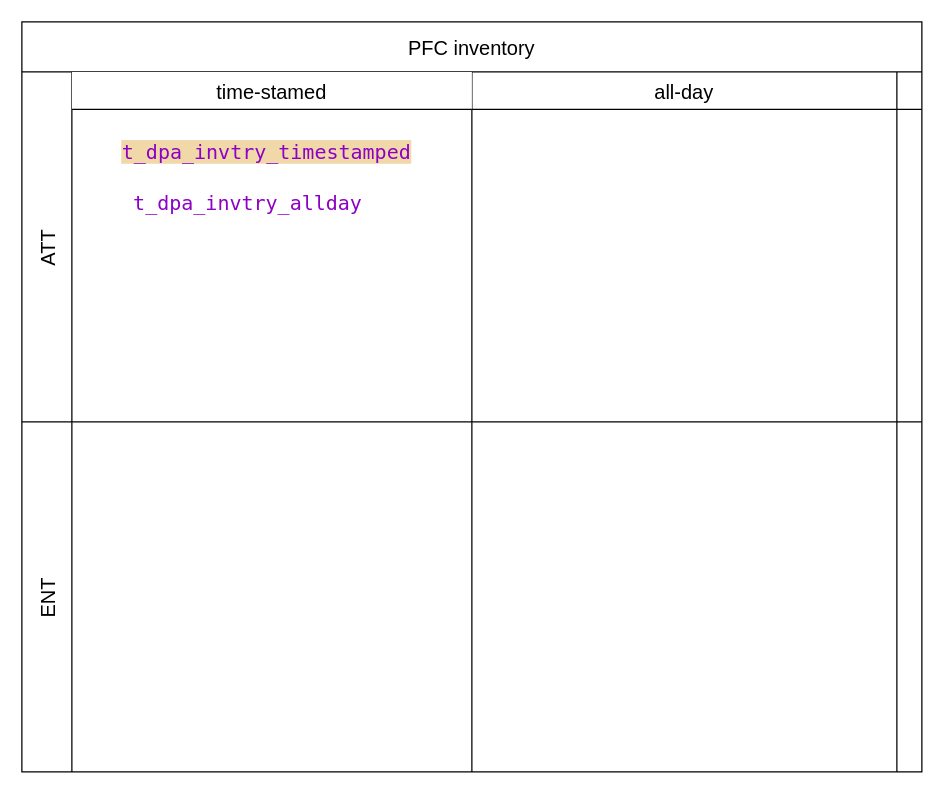
The draw.io diagram disney/PFC_inventory.drawio in lixyu/draw, before the edit. Source tidied: cells renumbered, new cells numbered last; positions are measured from the earlier drawing's top-left corner, leaving out a move shared by most shapes. Both pictures are drawn from the tidied source at 125%, with x=0, y=0 at pixel (21, 21).
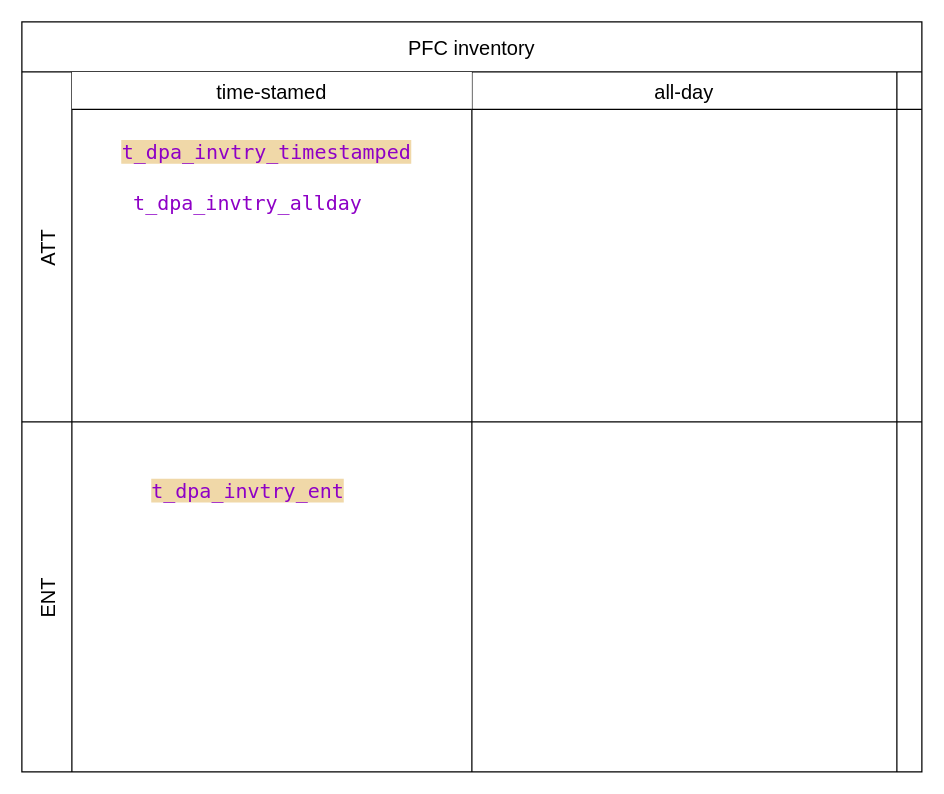
The same page after the edit.

Diff of the diagram source:
```diff
@@
 <mxGraphModel>
   <root>
     <mxCell id="0" />
     <mxCell id="1" parent="0" />
     <mxCell id="2" value="PFC inventory" style="shape=table;childLayout=tableLayout;startSize=40;fontSize=16;" parent="1" vertex="1">
       <mxGeometry width="720" height="600" as="geometry" />
     </mxCell>
     <mxCell id="3" value="ATT" style="shape=tableRow;horizontal=0;swimlaneHead=0;swimlaneBody=0;top=0;left=0;strokeColor=inherit;bottom=0;right=0;fontStyle=0;fillColor=none;startSize=40;fontSize=16;" parent="2" vertex="1">
       <mxGeometry y="40" width="720" height="280" as="geometry" />
     </mxCell>
     <mxCell id="4" value="time-stamed" style="swimlane;swimlaneHead=0;swimlaneBody=0;fontStyle=0;startSize=30;fontSize=16;" parent="3" vertex="1">
       <mxGeometry x="40" width="320" height="280" as="geometry" />
     </mxCell>
     <mxCell id="5" value="&lt;div style=&quot;background-color: rgb(255, 255, 255); color: rgb(51, 51, 51); font-family: Menlo-Regular, monospace; font-size: 13.5pt; white-space: pre;&quot;&gt;&lt;span style=&quot;padding: 0px 0px 0px 2px;&quot;&gt;&lt;span style=&quot;color: rgb(0, 0, 0); font-family: Menlo; font-size: 12pt;&quot;&gt;&lt;span style=&quot;color:#8e00c6;background-color:#f0d8a8;&quot;&gt;t_dpa_invtry_timestamped&lt;/span&gt;&lt;/span&gt;&lt;/span&gt;&lt;/div&gt;" style="text;html=1;whiteSpace=wrap;align=center;verticalAlign=middle;rounded=0;" parent="4" vertex="1">
       <mxGeometry x="20" y="50" width="270" height="30" as="geometry" />
     </mxCell>
     <mxCell id="6" value="&lt;span style=&quot;background-color:#ffffff;padding:0px 0px 0px 2px;&quot;&gt;&lt;span style=&quot;font-family: Menlo; font-size: 12pt; white-space: pre;&quot;&gt;&lt;span style=&quot;color:#8e00c6;&quot;&gt;t_dpa_invtry_allday&lt;/span&gt;&lt;/span&gt;&lt;/span&gt;" style="text;html=1;whiteSpace=wrap;strokeColor=none;fillColor=none;align=center;verticalAlign=middle;rounded=0;" parent="4" vertex="1">
       <mxGeometry x="40" y="90" width="200" height="30" as="geometry" />
     </mxCell>
     <mxCell id="7" value="all-day" style="swimlane;swimlaneHead=0;swimlaneBody=0;fontStyle=0;strokeColor=inherit;fillColor=none;startSize=30;fontSize=16;" parent="3" vertex="1">
       <mxGeometry x="360" width="340" height="280" as="geometry" />
     </mxCell>
     <mxCell id="8" style="swimlane;swimlaneHead=0;swimlaneBody=0;fontStyle=0;strokeColor=inherit;fillColor=none;startSize=30;fontSize=16;" parent="3" vertex="1">
       <mxGeometry x="700" width="20" height="280" as="geometry" />
     </mxCell>
     <mxCell id="9" value="ENT" style="shape=tableRow;horizontal=0;swimlaneHead=0;swimlaneBody=0;top=0;left=0;strokeColor=inherit;bottom=0;right=0;fontStyle=0;fillColor=none;startSize=40;fontSize=16;" parent="2" vertex="1">
       <mxGeometry y="320" width="720" height="280" as="geometry" />
     </mxCell>
     <mxCell id="10" style="swimlane;swimlaneHead=0;swimlaneBody=0;fontStyle=0;strokeColor=inherit;fillColor=none;startSize=0;fontSize=16;" parent="9" vertex="1">
       <mxGeometry x="40" width="320" height="280" as="geometry" />
     </mxCell>
+    <mxCell id="13" value="&lt;span style=&quot;background-color:#ffffff;padding:0px 0px 0px 2px;&quot;&gt;&lt;span style=&quot;font-family: Menlo; font-size: 12pt; white-space: pre;&quot;&gt;&lt;span style=&quot;color:#8e00c6;background-color:#f0d8a8;&quot;&gt;t_dpa_invtry_ent&lt;/span&gt;&lt;/span&gt;&lt;/span&gt;" style="text;html=1;whiteSpace=wrap;strokeColor=none;fillColor=none;align=center;verticalAlign=middle;rounded=0;" parent="10" vertex="1">
+      <mxGeometry x="110" y="40" width="60" height="30" as="geometry" />
+    </mxCell>
     <mxCell id="11" style="swimlane;swimlaneHead=0;swimlaneBody=0;fontStyle=0;strokeColor=inherit;fillColor=none;startSize=0;fontSize=16;" parent="9" vertex="1">
       <mxGeometry x="360" width="340" height="280" as="geometry" />
     </mxCell>
     <mxCell id="12" style="swimlane;swimlaneHead=0;swimlaneBody=0;fontStyle=0;strokeColor=inherit;fillColor=none;startSize=0;fontSize=16;" parent="9" vertex="1">
       <mxGeometry x="700" width="20" height="280" as="geometry" />
     </mxCell>
   </root>
 </mxGraphModel>
```
